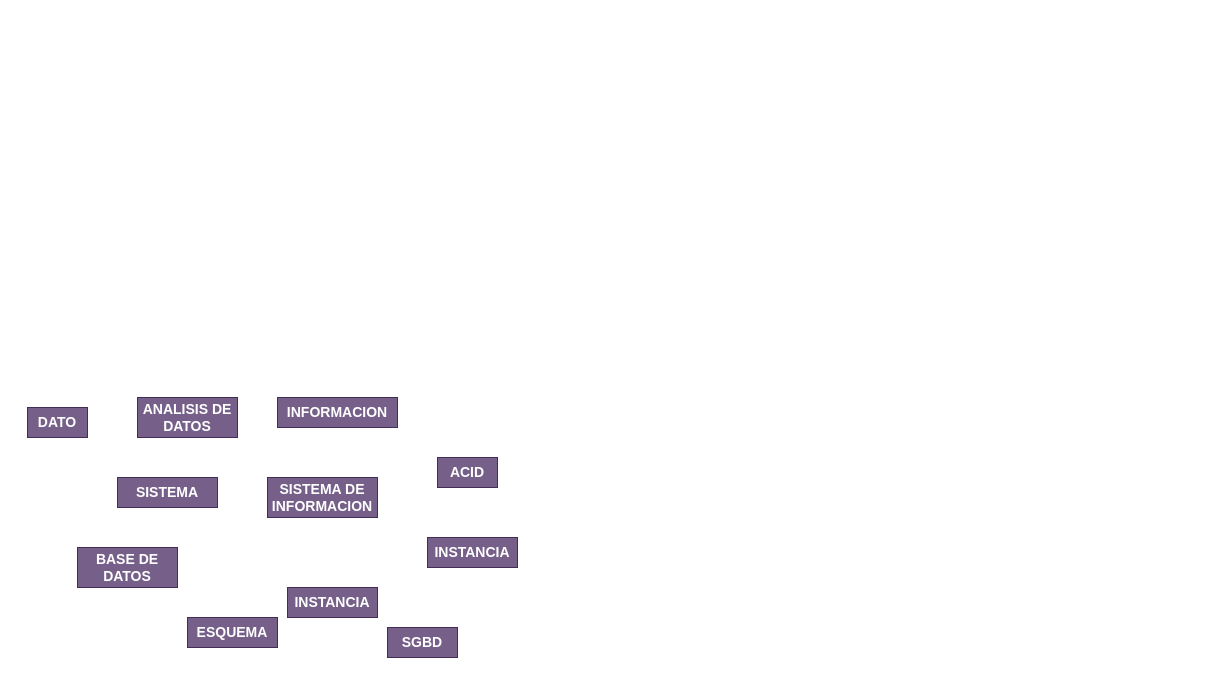
Above: Mapa Mixto Taller BD.drawio in misiomishi/itcj (draw.io), before the change. Source tidied: cells renumbered, new cells numbered last; positions are measured from the earlier drawing's top-left corner, leaving out a move shared by most shapes. Both pictures are drawn from the tidied source at 100%, with x=0, y=0 at pixel (27, 397).
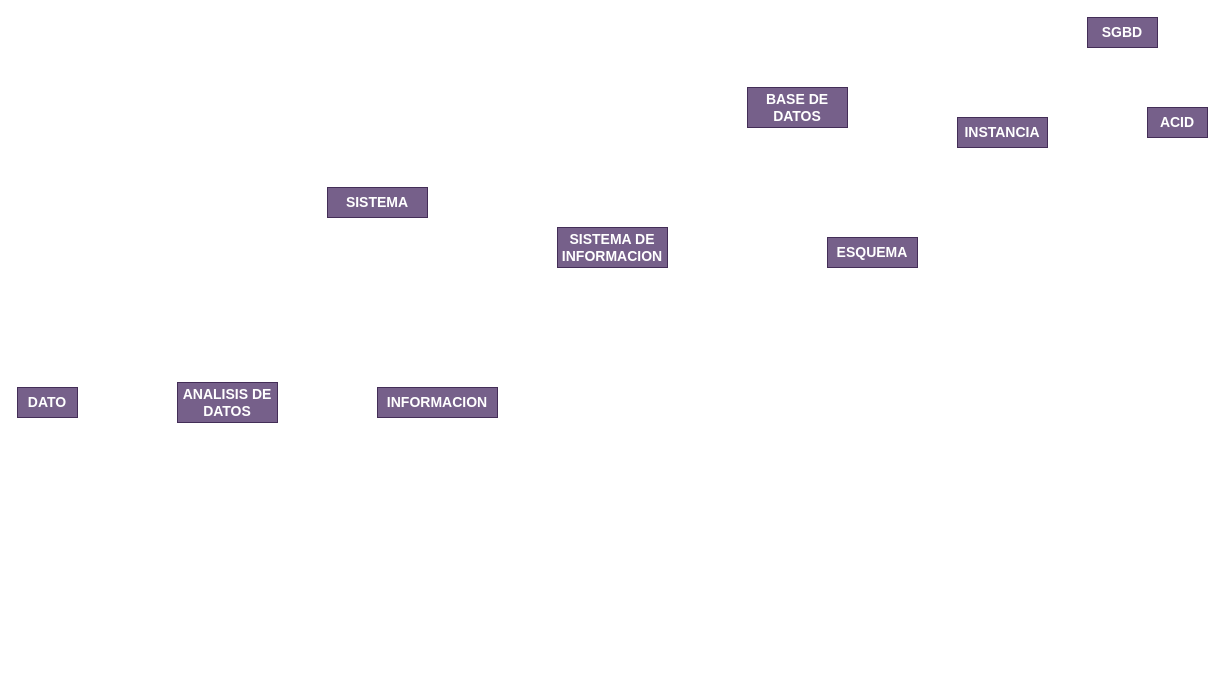
The same page after the edit.

What changed in the source:
```diff
@@
 <mxGraphModel>
   <root>
     <mxCell id="0" />
     <mxCell id="1" parent="0" />
     <mxCell id="2" value="DATO" style="rounded=0;whiteSpace=wrap;html=1;fillColor=#76608a;fontColor=#ffffff;strokeColor=#432D57;fontStyle=1;fontSize=14;" parent="1" vertex="1">
-      <mxGeometry y="10" width="60" height="30" as="geometry" />
+      <mxGeometry x="-10" y="-10" width="60" height="30" as="geometry" />
     </mxCell>
     <mxCell id="3" value="ANALISIS DE DATOS" style="rounded=0;whiteSpace=wrap;html=1;fillColor=#76608a;fontColor=#ffffff;strokeColor=#432D57;fontStyle=1;fontSize=14;" parent="1" vertex="1">
-      <mxGeometry x="110" width="100" height="40" as="geometry" />
+      <mxGeometry x="150" y="-15" width="100" height="40" as="geometry" />
     </mxCell>
     <mxCell id="4" value="INFORMACION" style="rounded=0;whiteSpace=wrap;html=1;fillColor=#76608a;fontColor=#ffffff;strokeColor=#432D57;fontStyle=1;fontSize=14;" parent="1" vertex="1">
-      <mxGeometry x="250" width="120" height="30" as="geometry" />
+      <mxGeometry x="350" y="-10" width="120" height="30" as="geometry" />
     </mxCell>
     <mxCell id="5" value="SISTEMA" style="rounded=0;whiteSpace=wrap;html=1;fillColor=#76608a;fontColor=#ffffff;strokeColor=#432D57;fontStyle=1;fontSize=14;" parent="1" vertex="1">
-      <mxGeometry x="90" y="80" width="100" height="30" as="geometry" />
+      <mxGeometry x="300" y="-210" width="100" height="30" as="geometry" />
     </mxCell>
     <mxCell id="6" value="SISTEMA DE INFORMACION" style="rounded=0;whiteSpace=wrap;html=1;fillColor=#76608a;fontColor=#ffffff;strokeColor=#432D57;fontStyle=1;fontSize=14;" parent="1" vertex="1">
-      <mxGeometry x="240" y="80" width="110" height="40" as="geometry" />
+      <mxGeometry x="530" y="-170" width="110" height="40" as="geometry" />
     </mxCell>
     <mxCell id="7" value="BASE DE DATOS" style="rounded=0;whiteSpace=wrap;html=1;fillColor=#76608a;fontColor=#ffffff;strokeColor=#432D57;fontStyle=1;fontSize=14;" parent="1" vertex="1">
-      <mxGeometry x="50" y="150" width="100" height="40" as="geometry" />
+      <mxGeometry x="720" y="-310" width="100" height="40" as="geometry" />
     </mxCell>
     <mxCell id="8" value="ESQUEMA" style="rounded=0;whiteSpace=wrap;html=1;fillColor=#76608a;fontColor=#ffffff;strokeColor=#432D57;fontStyle=1;fontSize=14;" parent="1" vertex="1">
-      <mxGeometry x="160" y="220" width="90" height="30" as="geometry" />
+      <mxGeometry x="800" y="-160" width="90" height="30" as="geometry" />
     </mxCell>
-    <mxCell id="9" value="INSTANCIA" style="rounded=0;whiteSpace=wrap;html=1;fillColor=#76608a;fontColor=#ffffff;strokeColor=#432D57;fontStyle=1;fontSize=14;" parent="1" vertex="1">
-      <mxGeometry x="260" y="190" width="90" height="30" as="geometry" />
-    </mxCell>
     <mxCell id="10" value="SGBD" style="rounded=0;whiteSpace=wrap;html=1;fillColor=#76608a;fontColor=#ffffff;strokeColor=#432D57;fontStyle=1;fontSize=14;" parent="1" vertex="1">
-      <mxGeometry x="360" y="230" width="70" height="30" as="geometry" />
+      <mxGeometry x="1060" y="-380" width="70" height="30" as="geometry" />
     </mxCell>
     <mxCell id="11" value="INSTANCIA" style="rounded=0;whiteSpace=wrap;html=1;fillColor=#76608a;fontColor=#ffffff;strokeColor=#432D57;fontStyle=1;fontSize=14;" parent="1" vertex="1">
-      <mxGeometry x="400" y="140" width="90" height="30" as="geometry" />
+      <mxGeometry x="930" y="-280" width="90" height="30" as="geometry" />
     </mxCell>
     <mxCell id="12" value="ACID" style="rounded=0;whiteSpace=wrap;html=1;fillColor=#76608a;fontColor=#ffffff;strokeColor=#432D57;fontStyle=1;fontSize=14;" parent="1" vertex="1">
-      <mxGeometry x="410" y="60" width="60" height="30" as="geometry" />
+      <mxGeometry x="1120" y="-290" width="60" height="30" as="geometry" />
     </mxCell>
   </root>
 </mxGraphModel>
```
